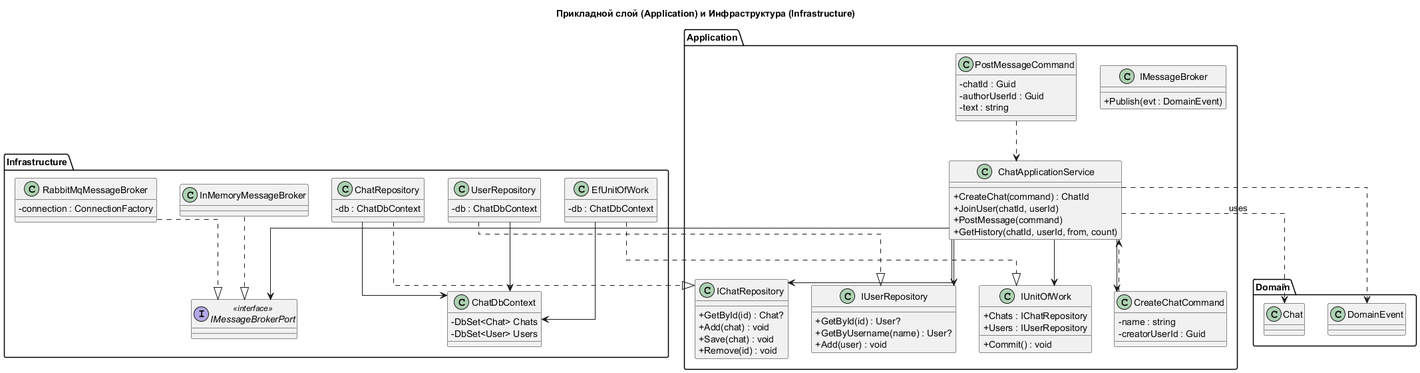
This is Drafts/console_chat/uml/uml_classes_application.png from DianaShak/BlackBox, a PlantUML export, as it was before one commit. Source of this version:
```plantuml
@startuml
skinparam classAttributeIconSize 0
skinparam shadowing false
skinparam linetype ortho
title Прикладной слой (Application) и Инфраструктура (Infrastructure)

package "Application" {
  class "IChatRepository" as IChatRepo {
    + GetById(id) : Chat?
    + Add(chat) : void
    + Save(chat) : void
    + Remove(id) : void
  }
  class "IUserRepository" as IUserRepo {
    + GetById(id) : User?
    + GetByUsername(name) : User?
    + Add(user) : void
  }
  class "IUnitOfWork" as IUnitOfWork {
    + Chats : IChatRepository
    + Users : IUserRepository
    + Commit() : void
  }
  class CreateChatCommand {
    - name : string
    - creatorUserId : Guid
  }
  class PostMessageCommand {
    - chatId : Guid
    - authorUserId : Guid
    - text : string
  }
  class ChatApplicationService {
    + CreateChat(command) : ChatId
    + JoinUser(chatId, userId)
    + PostMessage(command)
    + GetHistory(chatId, userId, from, count)
  }
  class IMessageBroker {
    + Publish(evt : DomainEvent)
  }
}

package "Domain" {
  class Chat
  class DomainEvent
}

package "Infrastructure" {
  class "ChatRepository" as ChatRepoConcrete {
    - db : ChatDbContext
  }
  class "UserRepository" as UserRepoConcrete {
    - db : ChatDbContext
  }
  class "EfUnitOfWork" as EfUoW {
    - db : ChatDbContext
  }
  class "ChatDbContext" as DbCtx {
    - DbSet<Chat> Chats
    - DbSet<User> Users
  }
  class "RabbitMqMessageBroker" as RabbitMq {
    - connection : ConnectionFactory
  }
  class "InMemoryMessageBroker" as InMemBroker
  interface IMessageBrokerPort <<interface>>
}

ChatApplicationService --> IChatRepo
ChatApplicationService --> IUserRepo
ChatApplicationService --> IUnitOfWork
ChatApplicationService --> IMessageBrokerPort
ChatApplicationService ..> Chat : uses
ChatApplicationService ..> DomainEvent
CreateChatCommand ..> ChatApplicationService
PostMessageCommand ..> ChatApplicationService

ChatRepoConcrete ..|> IChatRepo
UserRepoConcrete ..|> IUserRepo
EfUoW ..|> IUnitOfWork
ChatRepoConcrete --> DbCtx
UserRepoConcrete --> DbCtx
EfUoW --> DbCtx
RabbitMq ..|> IMessageBrokerPort
InMemBroker ..|> IMessageBrokerPort
ChatApplicationService --> CreateChatCommand

@enduml
```
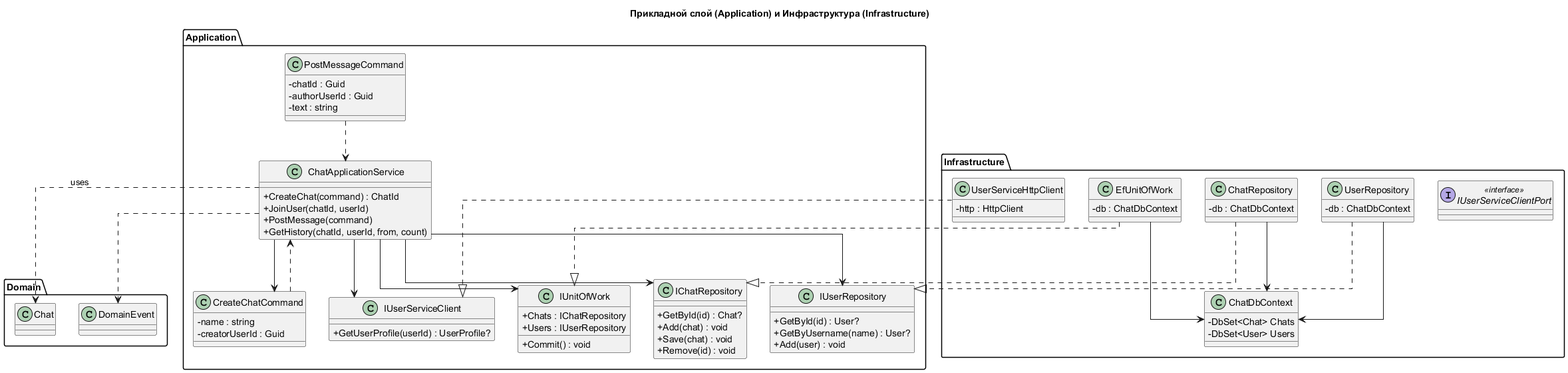
After the change.

Diff of the diagram source:
```diff
@@ -21,6 +21,9 @@
     + Users : IUserRepository
     + Commit() : void
   }
+  class "IUserServiceClient" as IUserClient {
+    + GetUserProfile(userId) : UserProfile?
+  }
   class CreateChatCommand {
     - name : string
     - creatorUserId : Guid
@@ -35,9 +38,6 @@
     + JoinUser(chatId, userId)
     + PostMessage(command)
     + GetHistory(chatId, userId, from, count)
-  }
-  class IMessageBroker {
-    + Publish(evt : DomainEvent)
   }
 }
 
@@ -60,17 +60,16 @@
     - DbSet<Chat> Chats
     - DbSet<User> Users
   }
-  class "RabbitMqMessageBroker" as RabbitMq {
-    - connection : ConnectionFactory
+  class "UserServiceHttpClient" as UserHttpClient {
+    - http : HttpClient
   }
-  class "InMemoryMessageBroker" as InMemBroker
-  interface IMessageBrokerPort <<interface>>
+  interface IUserServiceClientPort <<interface>>
 }
 
 ChatApplicationService --> IChatRepo
 ChatApplicationService --> IUserRepo
 ChatApplicationService --> IUnitOfWork
-ChatApplicationService --> IMessageBrokerPort
+ChatApplicationService --> IUserClient
 ChatApplicationService ..> Chat : uses
 ChatApplicationService ..> DomainEvent
 CreateChatCommand ..> ChatApplicationService
@@ -82,8 +81,7 @@
 ChatRepoConcrete --> DbCtx
 UserRepoConcrete --> DbCtx
 EfUoW --> DbCtx
-RabbitMq ..|> IMessageBrokerPort
-InMemBroker ..|> IMessageBrokerPort
+UserHttpClient ..|> IUserClient
 ChatApplicationService --> CreateChatCommand
 
 @enduml
```
